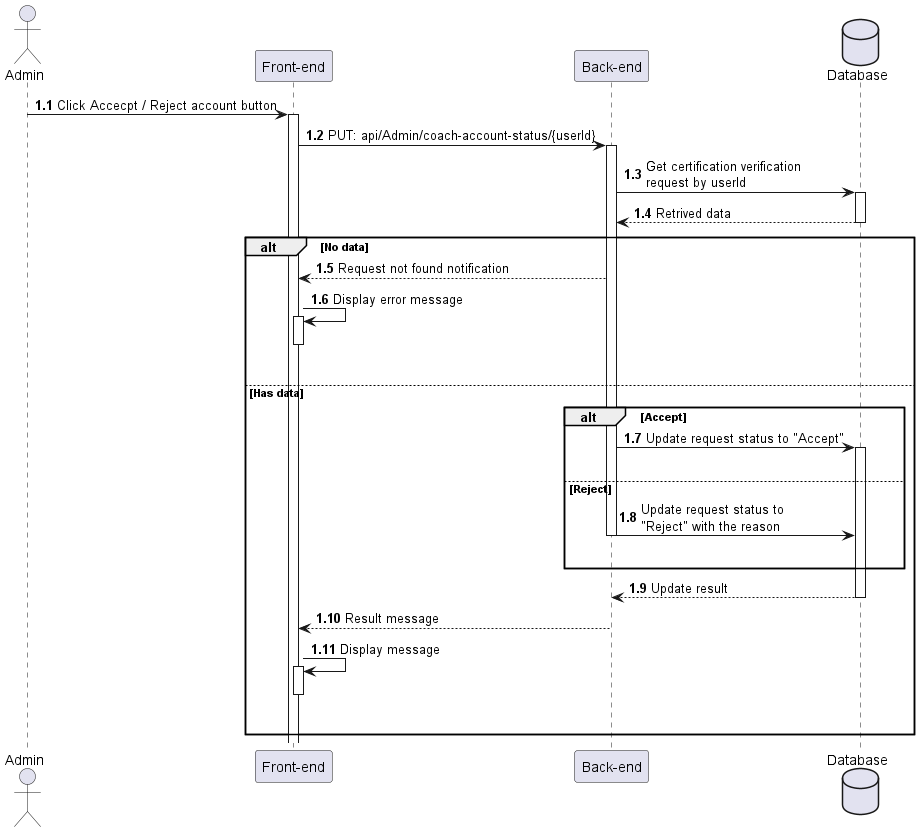
This is out/Sequences_diagrams/AcceptRejectCoachVerifyReq/AcceptRejectCoachVerifyRequest.png from HTPhong-276/iCoaching-Diagrams, a PlantUML export, as it was before one commit. Source of this version:
```plantuml
@startuml AcceptRejectCoachVerifyRequest
actor Admin as user
participant "Front-end" as client
participant "Back-end" as server
database "Database" as db

autonumber 1.1 "<b>0:"

user -> client++ : Click Accecpt / Reject account button
client -> server++ : PUT: api/Admin/coach-account-status/{userId}
server -> db++ : Get certification verification \nrequest by userId
db --> server : Retrived data
deactivate db

alt No data
    server --> client : Request not found notification
    client -> client++ : Display error message
    deactivate client
    |||
else Has data
    alt Accept
        server -> db++ : Update request status to "Accept"
        |||
    else Reject
        server -> db : Update request status to \n"Reject" with the reason
        deactivate server
        |||
    end
    db --> server : Update result
    deactivate db
    server --> client : Result message
    client -> client++ : Display message
    deactivate
    |||
end
@enduml
```
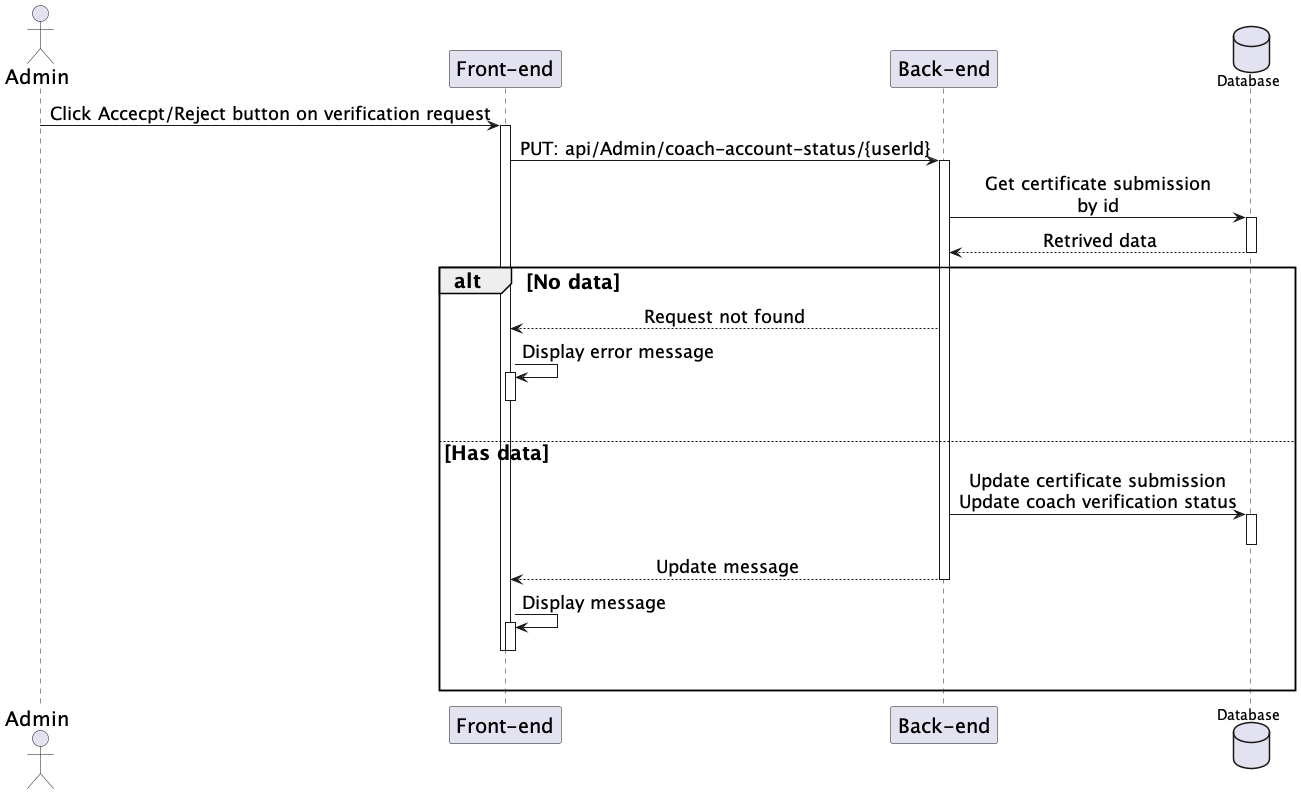
Above is the later version.

What changed in the source:
```diff
@@ -1,35 +1,36 @@
 @startuml AcceptRejectCoachVerifyRequest
+skinparam sequenceMessageAlign center
+skinparam sequenceGroupFontSize 20
+skinparam sequenceGroupHeaderFontSize 20
+skinparam sequence {
+    ParticipantFontSize 20
+    ActorFontSize 20
+    DatabaseFontSize 20
+    ArrowFontSize 18
+}
 actor Admin as user
 participant "Front-end" as client
 participant "Back-end" as server
 database "Database" as db
 
-autonumber 1.1 "<b>0:"
-
-user -> client++ : Click Accecpt / Reject account button
+user -> client++ : Click Accecpt/Reject button on verification request
 client -> server++ : PUT: api/Admin/coach-account-status/{userId}
-server -> db++ : Get certification verification \nrequest by userId
+server -> db++ : Get certificate submission\nby id
 db --> server : Retrived data
 deactivate db
 
 alt No data
-    server --> client : Request not found notification
+    server --> client : Request not found
     client -> client++ : Display error message
     deactivate client
     |||
 else Has data
-    alt Accept
-        server -> db++ : Update request status to "Accept"
-        |||
-    else Reject
-        server -> db : Update request status to \n"Reject" with the reason
-        deactivate server
-        |||
-    end
-    db --> server : Update result
+    server -> db++: Update certificate submission\nUpdate coach verification status
     deactivate db
-    server --> client : Result message
+    server --> client : Update message
+    deactivate
     client -> client++ : Display message
+    deactivate
     deactivate
     |||
 end
```
